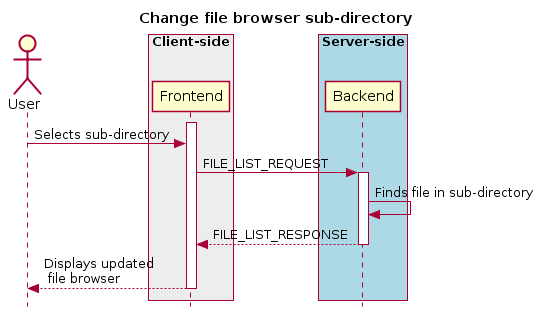
The PlantUML diagram docs/images/image1.png in CARTAvis/carta-protobuf, before a commit.
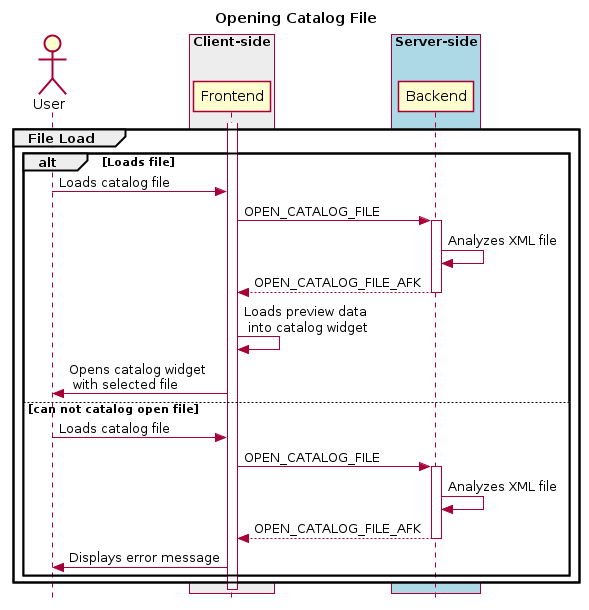
Later version of the same file.

The edit, as a diff of the source:
```diff
@@ -1,7 +1,7 @@
 @startuml
 skinparam style strictuml
 hide footbox
-title Change file browser sub-directory
+title Opening Catalog File
 
 actor User
 box "Client-side" #EDEDED
@@ -12,12 +12,25 @@
 participant Backend
 end box
 activate Frontend
-User -> Frontend : Selects sub-directory
-Frontend -> Backend : FILE_LIST_REQUEST
-activate Backend
-Backend -> Backend : Finds file in sub-directory
-Frontend <-- Backend : FILE_LIST_RESPONSE
-deactivate Backend
-User <-- Frontend : Displays updated\n file browser
+group File Load
+    alt Loads file
+        User -> Frontend : Loads catalog file
+        Frontend -> Backend : OPEN_CATALOG_FILE
+        activate Backend
+        Backend -> Backend : Analyzes XML file
+        Backend --> Frontend : OPEN_CATALOG_FILE_AFK
+        deactivate Backend
+        Frontend -> Frontend : Loads preview data \n into catalog widget
+        Frontend -> User : Opens catalog widget \n with selected file
+    else can not catalog open file
+        User -> Frontend : Loads catalog file
+        Frontend -> Backend : OPEN_CATALOG_FILE
+        activate Backend
+        Backend -> Backend : Analyzes XML file
+        Backend --> Frontend : OPEN_CATALOG_FILE_AFK
+        deactivate Backend
+        Frontend -> User : Displays error message
+    end
+end
 deactivate Frontend
 @enduml
```
